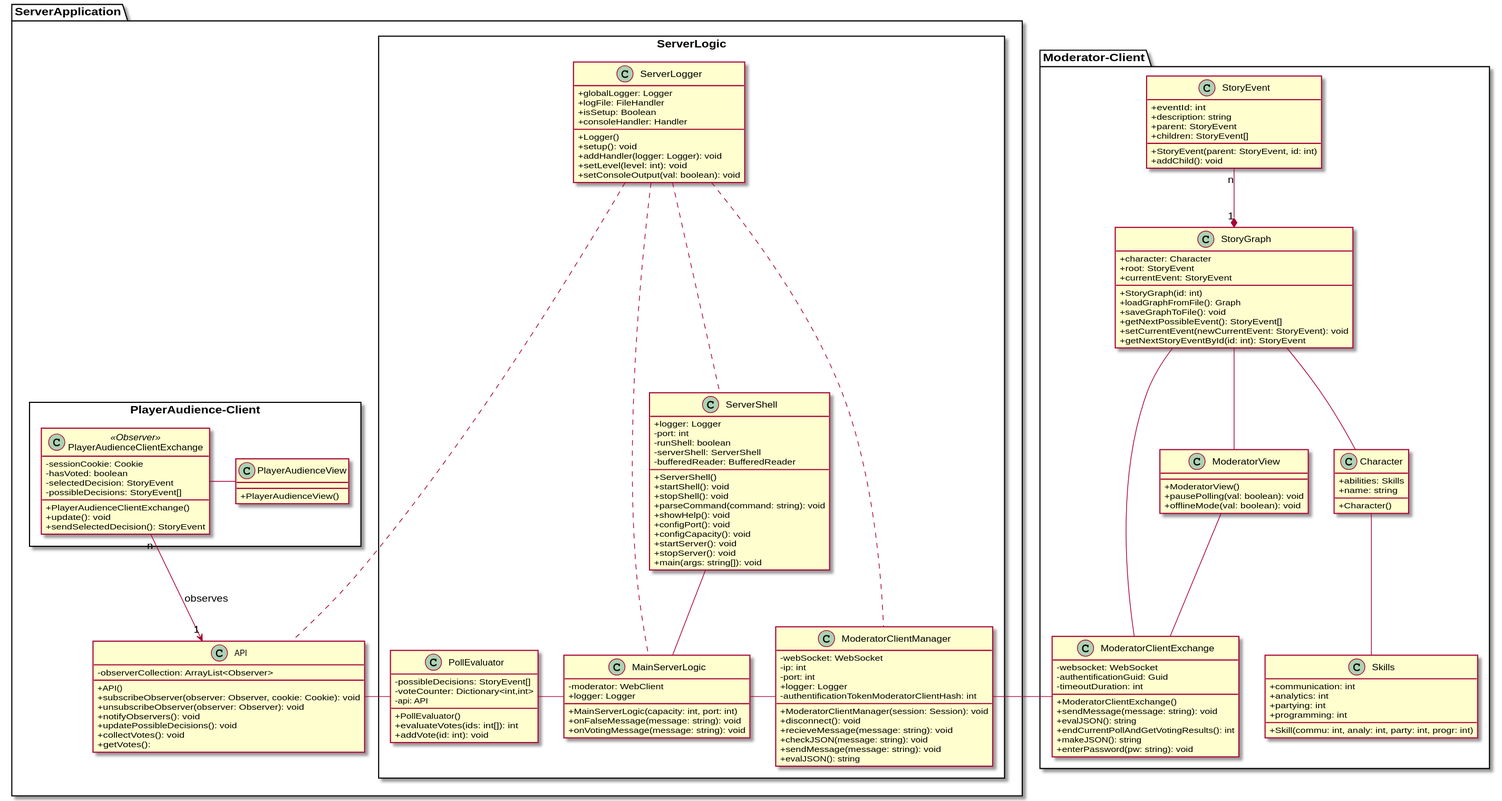
Above: Docs/Technical Specifications/docs/diagrams/ClassDiagrams/ClassDiagram.svg in Brotenko/QualityQuest (PlantUML), before the change.
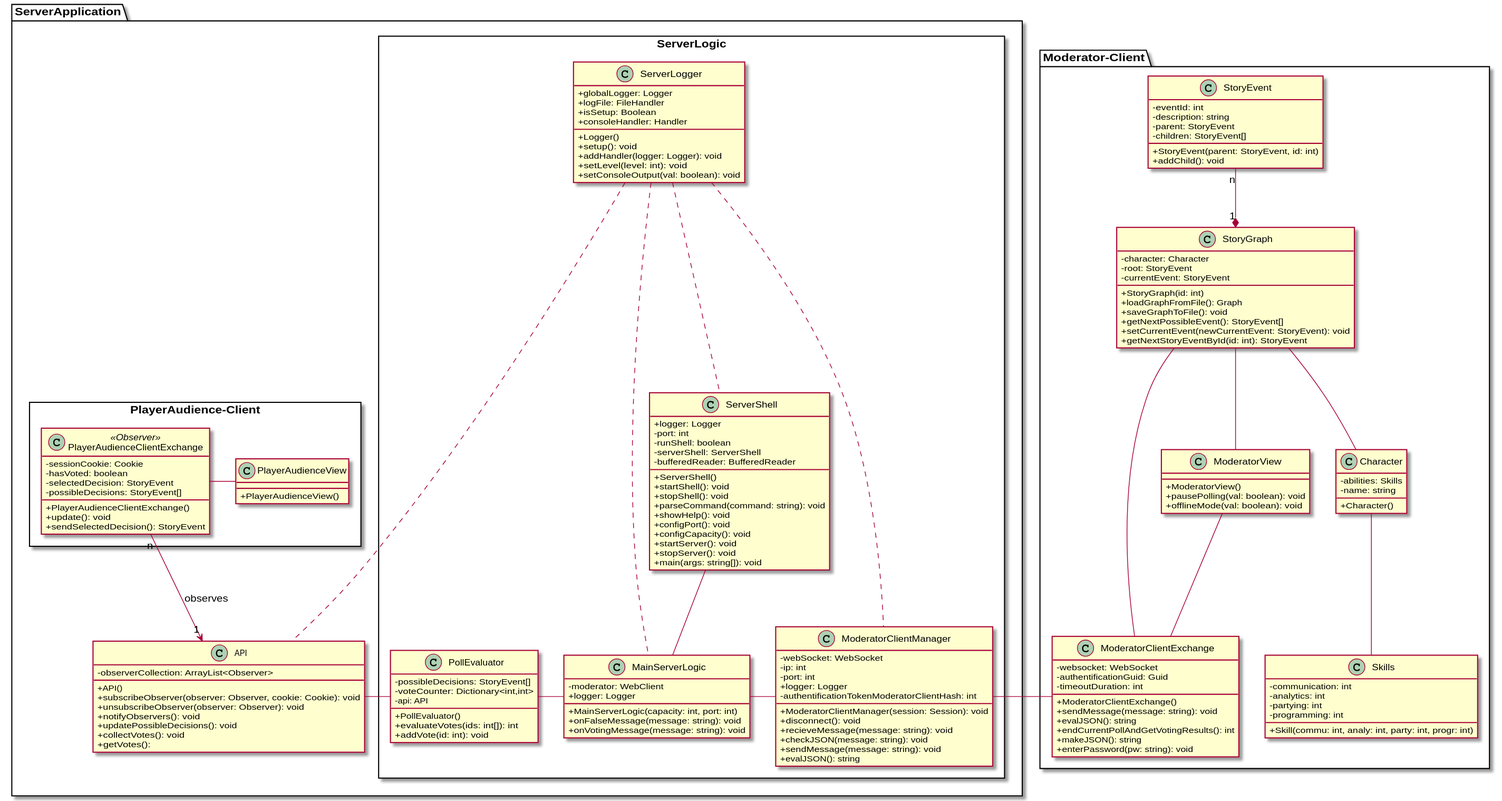
The same file after the commit.

What changed in the source:
```diff
@@ -4,18 +4,18 @@
 package "Moderator-Client" {
 
   class StoryEvent {
-    {field} +eventId: int
-    {field} +description: string
-    {field} +parent: StoryEvent
-    {field} +children: StoryEvent[]
+    {field} -eventId: int
+    {field} -description: string
+    {field} -parent: StoryEvent
+    {field} -children: StoryEvent[]
     {method} +StoryEvent(parent: StoryEvent, id: int)
     {method} +addChild(): void
   }
 
   class StoryGraph {
-    {field} +character: Character
-    {field} +root: StoryEvent
-    {field} +currentEvent: StoryEvent
+    {field} -character: Character
+    {field} -root: StoryEvent
+    {field} -currentEvent: StoryEvent
     {method} +StoryGraph(id: int)
     {method} +loadGraphFromFile(): Graph
     {method} +saveGraphToFile(): void
@@ -43,16 +43,16 @@
   }
 
   class Skills {
-    {field} +communication: int
-    {field} +analytics: int
-    {field} +partying: int
-    {field} +programming: int
+    {field} -communication: int
+    {field} -analytics: int
+    {field} -partying: int
+    {field} -programming: int
     {method} + Skill(commu: int, analy: int, party: int, progr: int)
   }
 
   class Character {
-    {field} +abilities: Skills
-    {field} +name: string
+    {field} -abilities: Skills
+    {field} -name: string
     {method} +Character()
   }
 
@@ -120,7 +120,7 @@
     }
 
     class "PollEvaluator" as pe {
-    {field}- possibleDecisions: StoryEvent[]
+    {field} -possibleDecisions: StoryEvent[]
     {field} -voteCounter: Dictionary<int,int>
     {field} -api: API
     {method} +PollEvaluator()
```
